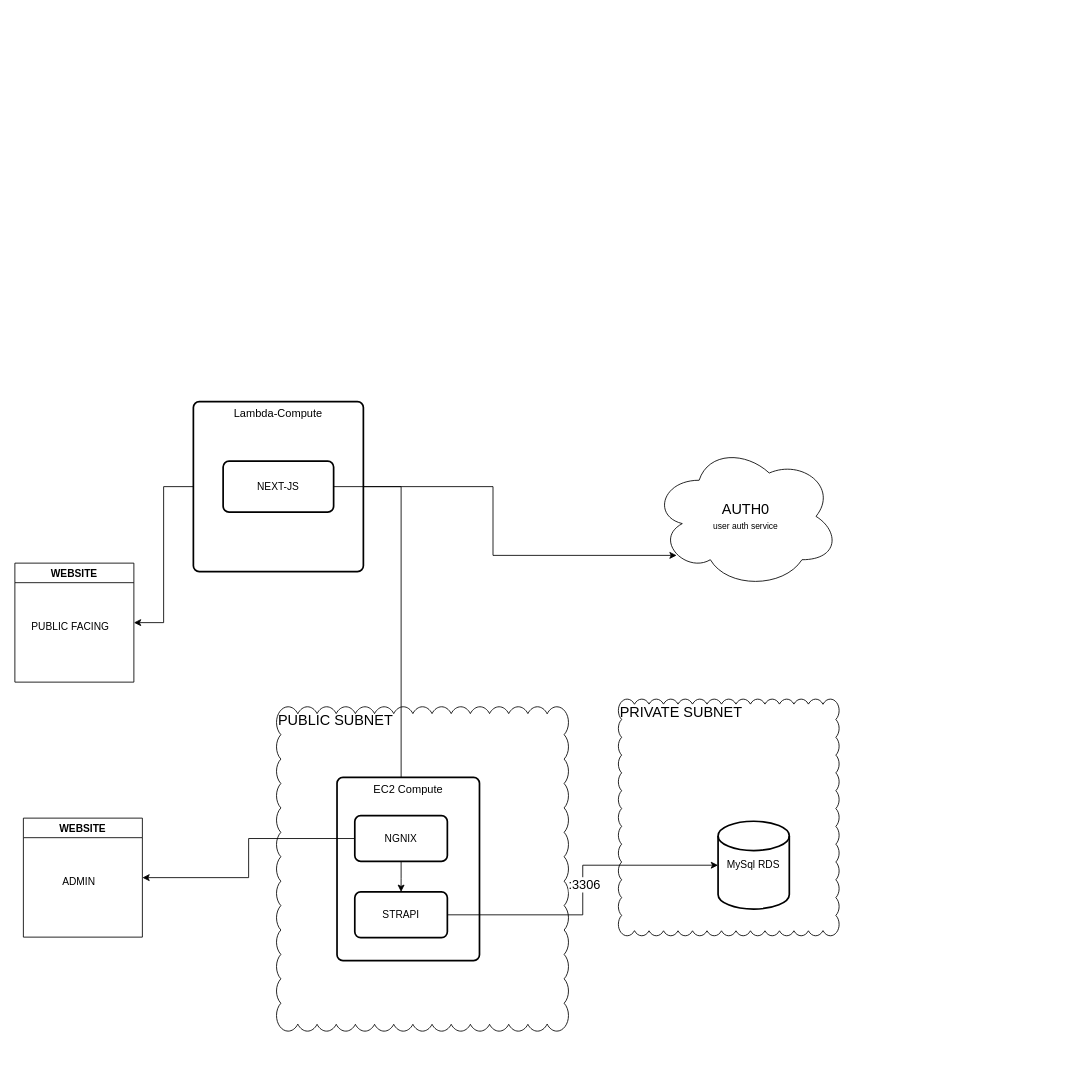
This is tmp/Untitled Diagram.drawio from LuciOroles/carbee, a draw.io file, before an edit. Source tidied: cells renumbered, new cells numbered last; positions are measured from the earlier drawing's top-left corner, leaving out a move shared by most shapes. Both pictures are drawn from the tidied source at 85%, with x=0, y=0 at pixel (14, 401).
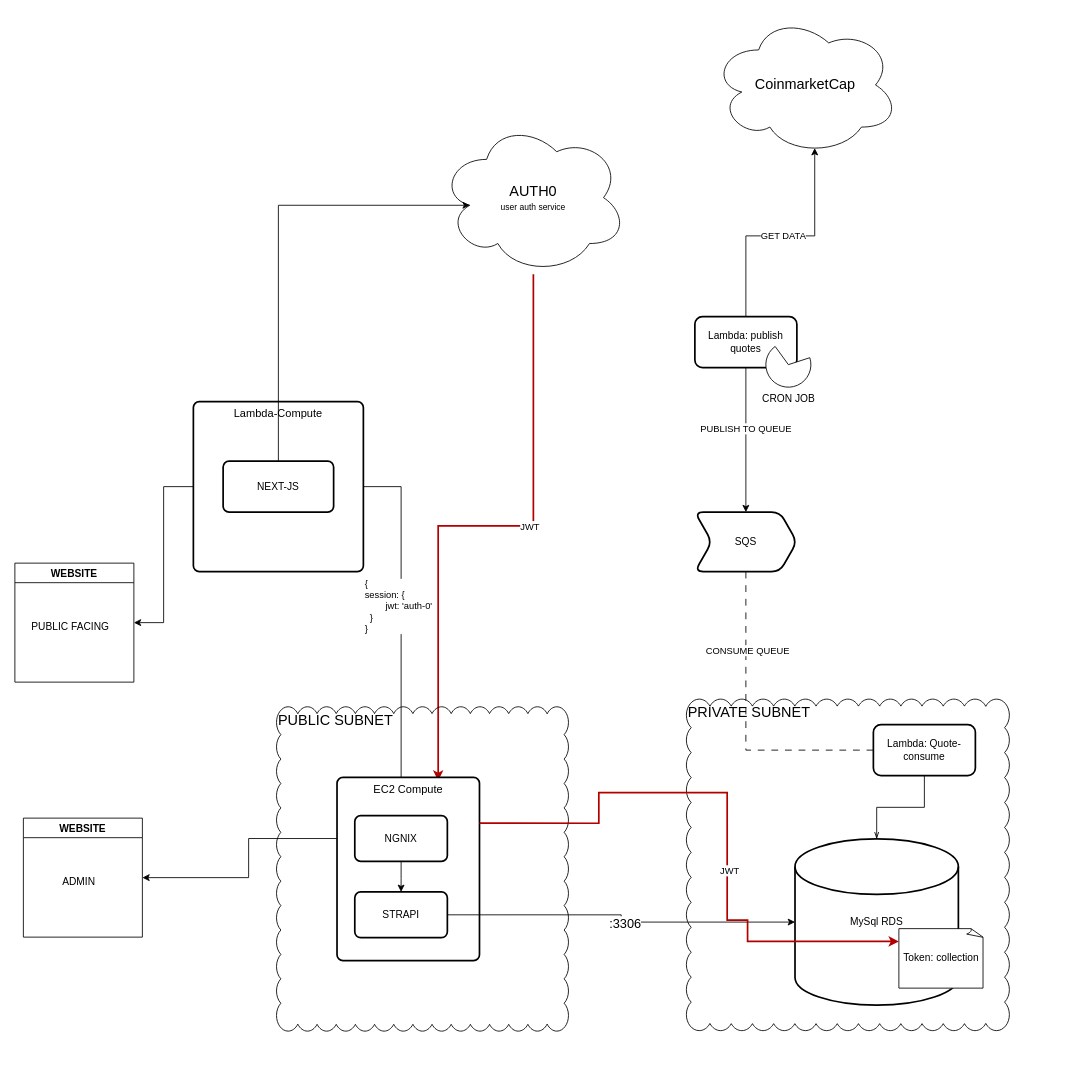
Above is the later version.

The change refers to these unchanged cells:
```xml
<mxCell id="2" style="edgeStyle=orthogonalEdgeStyle;rounded=0;jettySize=auto;html=1;entryX=0.45;entryY=0.208;entryDx=0;entryDy=0;entryPerimeter=0;" parent="1" edge="1" source="5" target="14">
  <mxGeometry relative="1" as="geometry" />
</mxCell>
<mxCell id="4" value="&lt;span style=&quot;font-size: 13px;&quot;&gt;Lambda-Compute&lt;/span&gt;" style="rounded=1;whiteSpace=wrap;html=1;absoluteArcSize=1;arcSize=14;strokeWidth=2;horizontal=1;verticalAlign=top;" parent="3" vertex="1">
  <mxGeometry width="200" height="200" as="geometry" />
</mxCell>
<mxCell id="5" value="NEXT-JS" style="rounded=1;whiteSpace=wrap;html=1;absoluteArcSize=1;arcSize=14;strokeWidth=2;" parent="3" vertex="1">
  <mxGeometry x="35" y="70" width="130" height="60" as="geometry" />
</mxCell>
<mxCell id="14" value="&lt;span style=&quot;font-size: 13px;&quot;&gt;EC2 Compute&lt;/span&gt;" style="rounded=1;whiteSpace=wrap;html=1;absoluteArcSize=1;arcSize=14;strokeWidth=2;horizontal=1;verticalAlign=top;" parent="13" vertex="1">
  <mxGeometry width="167.6" height="215.5" as="geometry" />
</mxCell>
<mxCell id="15" value="NGNIX" style="rounded=1;whiteSpace=wrap;html=1;absoluteArcSize=1;arcSize=14;strokeWidth=2;" parent="13" vertex="1">
  <mxGeometry x="20.9" y="44.9" width="108.9" height="53.9" as="geometry" />
</mxCell>
<mxCell id="16" value="STRAPI" style="rounded=1;whiteSpace=wrap;html=1;absoluteArcSize=1;arcSize=14;strokeWidth=2;" parent="13" vertex="1">
  <mxGeometry x="20.9" y="134.7" width="108.9" height="53.9" as="geometry" />
</mxCell>
```

Change to the diagram source:
```diff
@@
+    <mxCell id="26" value="&lt;div style=&quot;&quot;&gt;{&amp;nbsp;&lt;/div&gt;&lt;div style=&quot;&quot;&gt;session: {&lt;/div&gt;&lt;div style=&quot;&quot;&gt;&lt;span style=&quot;white-space: pre;&quot;&gt;&#9;&lt;/span&gt;jwt: 'auth-0'&lt;/div&gt;&lt;div style=&quot;&quot;&gt;&amp;nbsp; }&lt;/div&gt;&lt;div&gt;}&lt;/div&gt;" style="edgeLabel;html=1;align=left;verticalAlign=middle;" parent="2" vertex="1">
+      <mxGeometry x="-0.22" y="2" relative="1" as="geometry">
+        <mxPoint x="-46" y="38" as="offset" />
+      </mxGeometry>
+    </mxCell>
@@
+    <mxCell id="27" style="edgeStyle=orthogonalEdgeStyle;rounded=0;jettySize=auto;html=1;fillColor=#e51400;strokeColor=#B20000;strokeWidth=2;entryX=0.71;entryY=0.018;entryDx=0;entryDy=0;entryPerimeter=0;" parent="1" edge="1" source="6" target="14">
+      <mxGeometry relative="1" as="geometry" />
+    </mxCell>
+    <mxCell id="28" value="JWT" style="edgeLabel;html=1;align=center;verticalAlign=middle;" parent="27" vertex="1">
+      <mxGeometry x="-0.15" relative="1" as="geometry" />
+    </mxCell>
     <mxCell id="6" value="&lt;font style=&quot;font-size: 17px;&quot;&gt;AUTH0&lt;/font&gt;&lt;div&gt;&lt;font size=&quot;1&quot; style=&quot;&quot;&gt;user auth service&lt;/font&gt;&lt;/div&gt;" style="ellipse;shape=cloud;whiteSpace=wrap;html=1;" parent="1" vertex="1">
-      <mxGeometry x="750" y="50" width="220" height="170" as="geometry" />
+      <mxGeometry x="500" y="-330" width="220" height="180" as="geometry" />
     </mxCell>
-    <mxCell id="7" style="edgeStyle=orthogonalEdgeStyle;rounded=0;jettySize=auto;html=1;entryX=0.13;entryY=0.77;entryDx=0;entryDy=0;entryPerimeter=0;" parent="1" edge="1" source="5" target="6">
-      <mxGeometry relative="1" as="geometry" />
+    <mxCell id="7" style="edgeStyle=orthogonalEdgeStyle;rounded=0;jettySize=auto;html=1;entryX=0.16;entryY=0.55;entryDx=0;entryDy=0;entryPerimeter=0;" parent="1" edge="1" source="5" target="6">
+      <mxGeometry relative="1" as="geometry">
+        <Array as="points">
+          <mxPoint x="310" y="-231" />
+        </Array>
+      </mxGeometry>
     </mxCell>
     <mxCell id="8" style="group;" parent="1" vertex="1">
-      <mxGeometry x="710" y="350" width="310" height="440" as="geometry" />
+      <mxGeometry x="790" y="350" width="460" height="430" as="geometry" />
     </mxCell>
     <mxCell id="9" value="&lt;font style=&quot;font-size: 17px;&quot;&gt;PRIVATE SUBNET&lt;/font&gt;" style="whiteSpace=wrap;html=1;shape=mxgraph.basic.cloud_rect;fillColor=none;align=left;verticalAlign=top;" parent="8" vertex="1">
-      <mxGeometry width="259.7" height="278.4" as="geometry" />
+      <mxGeometry width="380" height="390" as="geometry" />
     </mxCell>
     <mxCell id="10" value="MySql RDS" style="strokeWidth=2;html=1;shape=mxgraph.flowchart.database;whiteSpace=wrap;" parent="8" vertex="1">
-      <mxGeometry x="117.3" y="143.7" width="83.8" height="103.3" as="geometry" />
+      <mxGeometry x="127.8" y="164.5" width="192.2" height="195.5" as="geometry" />
     </mxCell>
+    <mxCell id="29" value="Lambda: Quote-consume" style="rounded=1;whiteSpace=wrap;html=1;strokeWidth=2;" parent="8" vertex="1">
+      <mxGeometry x="220" y="30" width="120" height="60" as="geometry" />
+    </mxCell>
+    <mxCell id="30" style="edgeStyle=orthogonalEdgeStyle;rounded=0;jettySize=auto;html=1;jumpStyle=none;startArrow=openThin;startFill=0;endArrow=none;endFill=0;" parent="8" edge="1" source="10" target="29">
+      <mxGeometry relative="1" as="geometry" />
+    </mxCell>
+    <mxCell id="31" value="Token: collection" style="whiteSpace=wrap;html=1;shape=mxgraph.basic.document;" parent="8" vertex="1">
+      <mxGeometry x="250" y="270" width="100" height="70" as="geometry" />
+    </mxCell>
+    <mxCell id="20" value="WEBSITE" style="swimlane;" parent="1" vertex="1">
+      <mxGeometry y="190" width="140" height="140" as="geometry" />
+    </mxCell>
+    <mxCell id="21" value="PUBLIC FACING" style="text;html=1;align=center;verticalAlign=middle;strokeColor=none;fillColor=none;" parent="20" vertex="1">
+      <mxGeometry x="10" y="60" width="110" height="30" as="geometry" />
+    </mxCell>
+    <mxCell id="22" value="WEBSITE" style="swimlane;" parent="1" vertex="1">
+      <mxGeometry x="10" y="490" width="140" height="140" as="geometry" />
+    </mxCell>
+    <mxCell id="23" value="ADMIN" style="text;html=1;align=center;verticalAlign=middle;strokeColor=none;fillColor=none;" parent="22" vertex="1">
+      <mxGeometry x="35" y="60" width="60" height="30" as="geometry" />
+    </mxCell>
+    <mxCell id="24" style="edgeStyle=orthogonalEdgeStyle;rounded=0;jettySize=auto;html=1;entryX=1;entryY=0.5;entryDx=0;entryDy=0;" parent="1" edge="1" source="4" target="20">
+      <mxGeometry relative="1" as="geometry" />
+    </mxCell>
+    <mxCell id="25" style="edgeStyle=orthogonalEdgeStyle;rounded=0;jettySize=auto;html=1;entryX=1;entryY=0.5;entryDx=0;entryDy=0;" parent="1" edge="1" source="15" target="22">
+      <mxGeometry relative="1" as="geometry" />
+    </mxCell>
-    <mxCell id="11" style="group;" parent="8" vertex="1">
-      <mxGeometry x="-402.2" y="9" width="645.1" height="431" as="geometry" />
+    <mxCell id="11" style="group;" parent="1" vertex="1">
+      <mxGeometry x="307.8" y="359" width="645.1" height="431" as="geometry" />
     </mxCell>
@@
-    <mxCell id="18" style="edgeStyle=orthogonalEdgeStyle;rounded=0;jettySize=auto;html=1;exitX=1;exitY=0.5;exitDx=0;exitDy=0;" parent="8" edge="1" source="16" target="10">
+    <mxCell id="18" style="edgeStyle=orthogonalEdgeStyle;rounded=0;jettySize=auto;html=1;exitX=1;exitY=0.5;exitDx=0;exitDy=0;" parent="1" edge="1" source="16" target="10">
       <mxGeometry relative="1" as="geometry" />
     </mxCell>
@@
-    <mxCell id="20" value="WEBSITE" style="swimlane;" parent="1" vertex="1">
-      <mxGeometry y="190" width="140" height="140" as="geometry" />
-    </mxCell>
-    <mxCell id="21" value="PUBLIC FACING" style="text;html=1;align=center;verticalAlign=middle;strokeColor=none;fillColor=none;" parent="20" vertex="1">
-      <mxGeometry x="10" y="60" width="110" height="30" as="geometry" />
-    </mxCell>
-    <mxCell id="22" value="WEBSITE" style="swimlane;" parent="1" vertex="1">
-      <mxGeometry x="10" y="490" width="140" height="140" as="geometry" />
-    </mxCell>
-    <mxCell id="23" value="ADMIN" style="text;html=1;align=center;verticalAlign=middle;strokeColor=none;fillColor=none;" parent="22" vertex="1">
-      <mxGeometry x="35" y="60" width="60" height="30" as="geometry" />
-    </mxCell>
-    <mxCell id="24" style="edgeStyle=orthogonalEdgeStyle;rounded=0;jettySize=auto;html=1;entryX=1;entryY=0.5;entryDx=0;entryDy=0;" parent="1" edge="1" source="4" target="20">
-      <mxGeometry relative="1" as="geometry" />
-    </mxCell>
-    <mxCell id="25" style="edgeStyle=orthogonalEdgeStyle;rounded=0;jettySize=auto;html=1;entryX=1;entryY=0.5;entryDx=0;entryDy=0;" parent="1" edge="1" source="15" target="22">
-      <mxGeometry relative="1" as="geometry" />
-    </mxCell>
+    <mxCell id="32" style="edgeStyle=orthogonalEdgeStyle;rounded=0;jettySize=auto;html=1;exitX=1;exitY=0.25;exitDx=0;exitDy=0;fillColor=#e51400;strokeColor=#B20000;strokeWidth=2;" parent="1" edge="1" source="14" target="31">
+      <mxGeometry relative="1" as="geometry">
+        <Array as="points">
+          <mxPoint x="687" y="496" />
+          <mxPoint x="687" y="460" />
+          <mxPoint x="838" y="460" />
+          <mxPoint x="838" y="610" />
+          <mxPoint x="862" y="610" />
+          <mxPoint x="862" y="635" />
+        </Array>
+      </mxGeometry>
+    </mxCell>
+    <mxCell id="33" value="JWT" style="edgeLabel;html=1;align=center;verticalAlign=middle;" parent="32" vertex="1">
+      <mxGeometry x="0.19" y="2" relative="1" as="geometry" />
+    </mxCell>
+    <mxCell id="34" style="edgeStyle=orthogonalEdgeStyle;rounded=0;jettySize=auto;html=1;endArrow=none;endFill=0;dashed=1;dashPattern=8 8;" parent="1" edge="1" source="29" target="38">
+      <mxGeometry relative="1" as="geometry" />
+    </mxCell>
+    <mxCell id="35" value="CONSUME QUEUE" style="edgeLabel;html=1;align=center;verticalAlign=middle;" parent="34" vertex="1">
+      <mxGeometry x="0.49" y="-1" relative="1" as="geometry" />
+    </mxCell>
+    <mxCell id="36" style="edgeStyle=orthogonalEdgeStyle;rounded=0;jettySize=auto;html=1;startArrow=classic;startFill=1;endArrow=none;endFill=0;" parent="1" edge="1" source="38" target="39">
+      <mxGeometry relative="1" as="geometry" />
+    </mxCell>
+    <mxCell id="37" value="PUBLISH TO QUEUE" style="edgeLabel;html=1;align=center;verticalAlign=middle;" parent="36" vertex="1">
+      <mxGeometry x="0.16" y="1" relative="1" as="geometry" />
+    </mxCell>
+    <mxCell id="38" value="SQS" style="shape=step;perimeter=stepPerimeter;whiteSpace=wrap;html=1;fixedSize=1;rounded=1;strokeWidth=2;" parent="1" vertex="1">
+      <mxGeometry x="800" y="130" width="120" height="70" as="geometry" />
+    </mxCell>
+    <mxCell id="39" value="Lambda: publish quotes" style="whiteSpace=wrap;html=1;rounded=1;strokeWidth=2;" parent="1" vertex="1">
+      <mxGeometry x="800" y="-100" width="120" height="60" as="geometry" />
+    </mxCell>
+    <mxCell id="40" value="&lt;span style=&quot;font-size: 17px;&quot;&gt;CoinmarketCap&lt;/span&gt;" style="ellipse;shape=cloud;whiteSpace=wrap;html=1;" parent="1" vertex="1">
+      <mxGeometry x="820" y="-455" width="220" height="165" as="geometry" />
+    </mxCell>
+    <mxCell id="41" style="edgeStyle=orthogonalEdgeStyle;rounded=0;jettySize=auto;html=1;entryX=0.55;entryY=0.95;entryDx=0;entryDy=0;entryPerimeter=0;" parent="1" edge="1" source="39" target="40">
+      <mxGeometry relative="1" as="geometry" />
+    </mxCell>
+    <mxCell id="42" value="GET DATA" style="edgeLabel;html=1;align=center;verticalAlign=middle;" parent="41" vertex="1">
+      <mxGeometry x="-0.01" y="1" relative="1" as="geometry" />
+    </mxCell>
+    <mxCell id="43" value="CRON JOB" style="verticalLabelPosition=bottom;verticalAlign=top;html=1;shape=mxgraph.basic.pie;startAngle=0.2;endAngle=0.9;" parent="1" vertex="1">
+      <mxGeometry x="883.5" y="-70" width="53" height="53" as="geometry" />
+    </mxCell>
```
